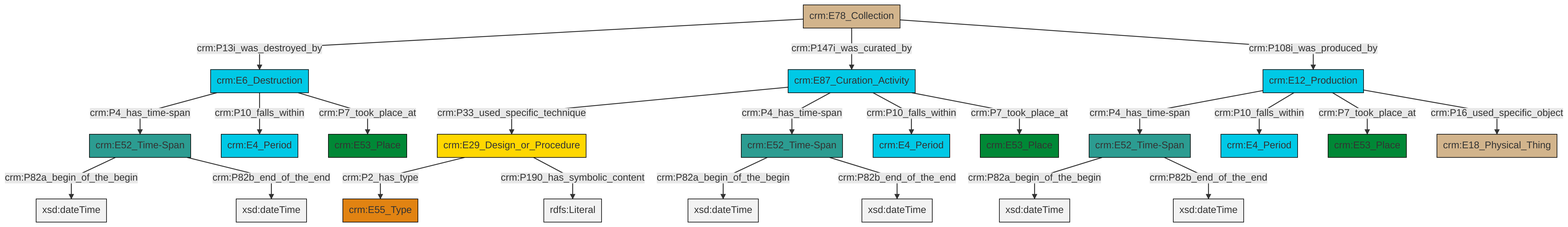
This is et/archivalCSV/ttl/mmd/png/archival_existence.png from swiss-art-research-net/docs.swissartresearch, a Mermaid export, as it was before one commit. Its source is kept beside it as et/archivalCSV/ttl/mmd/archival_existence.ttl.mmd.
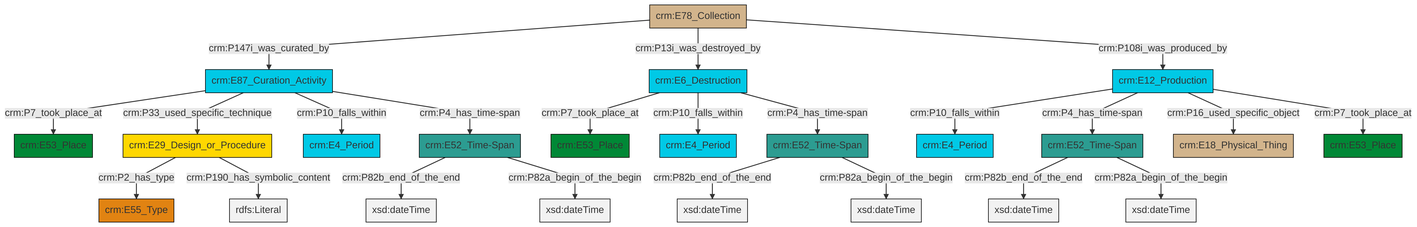
After the change.

Change to the diagram source:
```diff
@@ -13,25 +13,25 @@
 classDef PC_Classes fill:#4ce600, stroke:#000000;
 classDef Multi fill:#cccccc,stroke:#000000;
 
-0["crm:E78_Collection"]:::Physical_Thing -->|crm:P13i_was_destroyed_by| 1["crm:E6_Destruction"]:::Temporal_Entity
-2["crm:E87_Curation_Activity"]:::Temporal_Entity -->|crm:P33_used_specific_technique| 3["crm:E29_Design_or_Procedure"]:::Conceptual_Object
-5["crm:E12_Production"]:::Temporal_Entity -->|crm:P4_has_time-span| 6["crm:E52_Time-Span"]:::Time-Span
-6["crm:E52_Time-Span"]:::Time-Span -->|crm:P82a_begin_of_the_begin| 11[xsd:dateTime]:::Literal
-2["crm:E87_Curation_Activity"]:::Temporal_Entity -->|crm:P4_has_time-span| 9["crm:E52_Time-Span"]:::Time-Span
-9["crm:E52_Time-Span"]:::Time-Span -->|crm:P82a_begin_of_the_begin| 12[xsd:dateTime]:::Literal
-6["crm:E52_Time-Span"]:::Time-Span -->|crm:P82b_end_of_the_end| 19[xsd:dateTime]:::Literal
-5["crm:E12_Production"]:::Temporal_Entity -->|crm:P10_falls_within| 20["crm:E4_Period"]:::Temporal_Entity
-5["crm:E12_Production"]:::Temporal_Entity -->|crm:P7_took_place_at| 15["crm:E53_Place"]:::Place
-3["crm:E29_Design_or_Procedure"]:::Conceptual_Object -->|crm:P2_has_type| 17["crm:E55_Type"]:::Type
-0["crm:E78_Collection"]:::Physical_Thing -->|crm:P147i_was_curated_by| 2["crm:E87_Curation_Activity"]:::Temporal_Entity
-13["crm:E52_Time-Span"]:::Time-Span -->|crm:P82a_begin_of_the_begin| 21[xsd:dateTime]:::Literal
-9["crm:E52_Time-Span"]:::Time-Span -->|crm:P82b_end_of_the_end| 23[xsd:dateTime]:::Literal
-1["crm:E6_Destruction"]:::Temporal_Entity -->|crm:P4_has_time-span| 13["crm:E52_Time-Span"]:::Time-Span
-2["crm:E87_Curation_Activity"]:::Temporal_Entity -->|crm:P10_falls_within| 25["crm:E4_Period"]:::Temporal_Entity
-2["crm:E87_Curation_Activity"]:::Temporal_Entity -->|crm:P7_took_place_at| 7["crm:E53_Place"]:::Place
-1["crm:E6_Destruction"]:::Temporal_Entity -->|crm:P10_falls_within| 32["crm:E4_Period"]:::Temporal_Entity
-1["crm:E6_Destruction"]:::Temporal_Entity -->|crm:P7_took_place_at| 26["crm:E53_Place"]:::Place
-13["crm:E52_Time-Span"]:::Time-Span -->|crm:P82b_end_of_the_end| 34[xsd:dateTime]:::Literal
-0["crm:E78_Collection"]:::Physical_Thing -->|crm:P108i_was_produced_by| 5["crm:E12_Production"]:::Temporal_Entity
-5["crm:E12_Production"]:::Temporal_Entity -->|crm:P16_used_specific_object| 28["crm:E18_Physical_Thing"]:::Physical_Thing
-3["crm:E29_Design_or_Procedure"]:::Conceptual_Object -->|crm:P190_has_symbolic_content| 37[rdfs:Literal]:::Literal
+0["crm:E87_Curation_Activity"]:::Temporal_Entity -->|crm:P7_took_place_at| 1["crm:E53_Place"]:::Place
+2["crm:E78_Collection"]:::Physical_Thing -->|crm:P147i_was_curated_by| 0["crm:E87_Curation_Activity"]:::Temporal_Entity
+5["crm:E52_Time-Span"]:::Time-Span -->|crm:P82b_end_of_the_end| 7[xsd:dateTime]:::Literal
+8["crm:E29_Design_or_Procedure"]:::Conceptual_Object -->|crm:P2_has_type| 9["crm:E55_Type"]:::Type
+0["crm:E87_Curation_Activity"]:::Temporal_Entity -->|crm:P33_used_specific_technique| 8["crm:E29_Design_or_Procedure"]:::Conceptual_Object
+18["crm:E12_Production"]:::Temporal_Entity -->|crm:P10_falls_within| 20["crm:E4_Period"]:::Temporal_Entity
+10["crm:E52_Time-Span"]:::Time-Span -->|crm:P82b_end_of_the_end| 22[xsd:dateTime]:::Literal
+16["crm:E52_Time-Span"]:::Time-Span -->|crm:P82b_end_of_the_end| 23[xsd:dateTime]:::Literal
+5["crm:E52_Time-Span"]:::Time-Span -->|crm:P82a_begin_of_the_begin| 27[xsd:dateTime]:::Literal
+2["crm:E78_Collection"]:::Physical_Thing -->|crm:P13i_was_destroyed_by| 28["crm:E6_Destruction"]:::Temporal_Entity
+0["crm:E87_Curation_Activity"]:::Temporal_Entity -->|crm:P10_falls_within| 31["crm:E4_Period"]:::Temporal_Entity
+28["crm:E6_Destruction"]:::Temporal_Entity -->|crm:P7_took_place_at| 32["crm:E53_Place"]:::Place
+28["crm:E6_Destruction"]:::Temporal_Entity -->|crm:P10_falls_within| 24["crm:E4_Period"]:::Temporal_Entity
+10["crm:E52_Time-Span"]:::Time-Span -->|crm:P82a_begin_of_the_begin| 33[xsd:dateTime]:::Literal
+18["crm:E12_Production"]:::Temporal_Entity -->|crm:P4_has_time-span| 5["crm:E52_Time-Span"]:::Time-Span
+8["crm:E29_Design_or_Procedure"]:::Conceptual_Object -->|crm:P190_has_symbolic_content| 34[rdfs:Literal]:::Literal
+28["crm:E6_Destruction"]:::Temporal_Entity -->|crm:P4_has_time-span| 16["crm:E52_Time-Span"]:::Time-Span
+2["crm:E78_Collection"]:::Physical_Thing -->|crm:P108i_was_produced_by| 18["crm:E12_Production"]:::Temporal_Entity
+16["crm:E52_Time-Span"]:::Time-Span -->|crm:P82a_begin_of_the_begin| 37[xsd:dateTime]:::Literal
+18["crm:E12_Production"]:::Temporal_Entity -->|crm:P16_used_specific_object| 13["crm:E18_Physical_Thing"]:::Physical_Thing
+0["crm:E87_Curation_Activity"]:::Temporal_Entity -->|crm:P4_has_time-span| 10["crm:E52_Time-Span"]:::Time-Span
+18["crm:E12_Production"]:::Temporal_Entity -->|crm:P7_took_place_at| 29["crm:E53_Place"]:::Place
```
